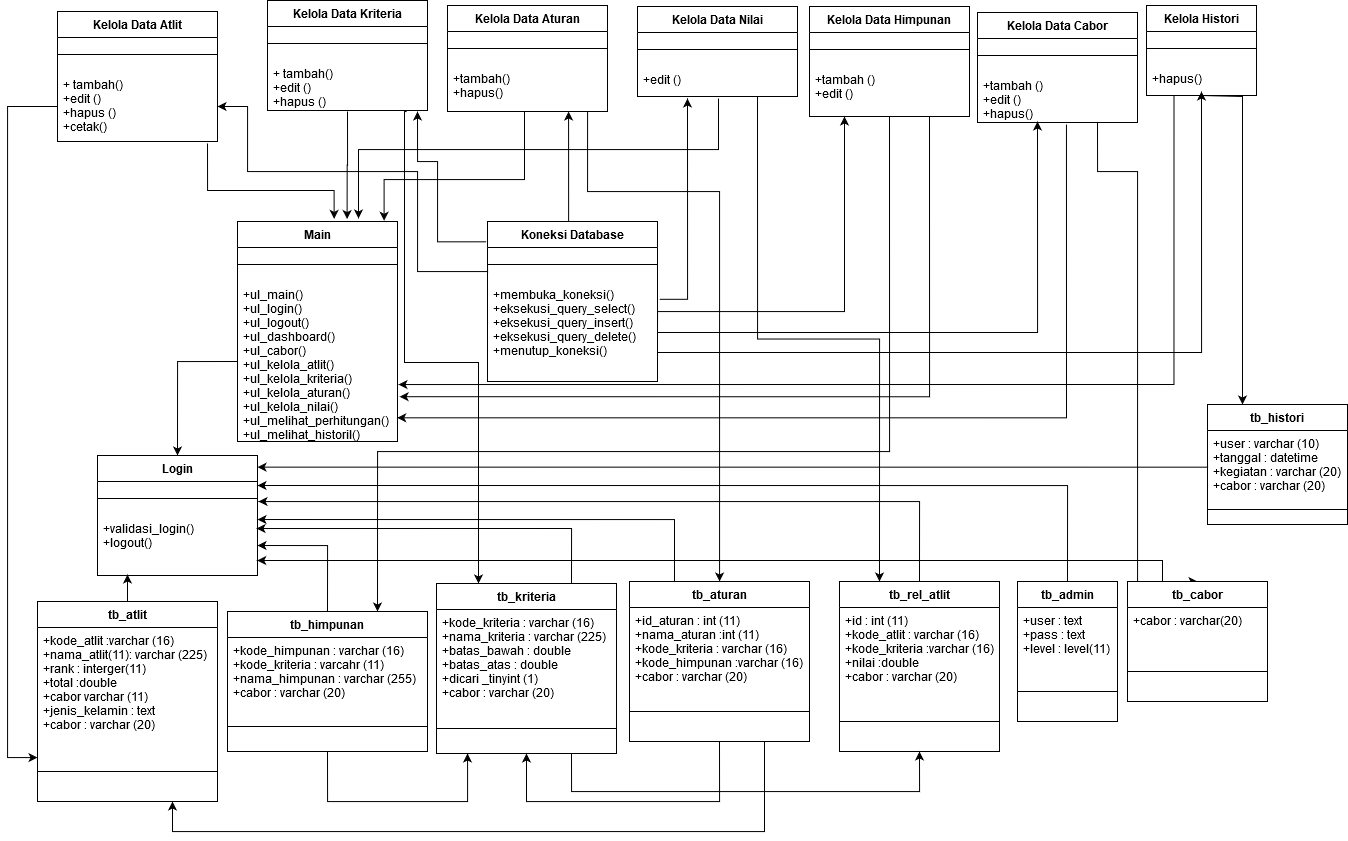
This is Untitled Diagram.png from NuriCandrawati/nuri-resolusi, a draw.io export, as it was before one commit. Source tidied: cells renumbered, new cells last; positions are measured from the earlier drawing's top-left corner, leaving out a move shared by most shapes.
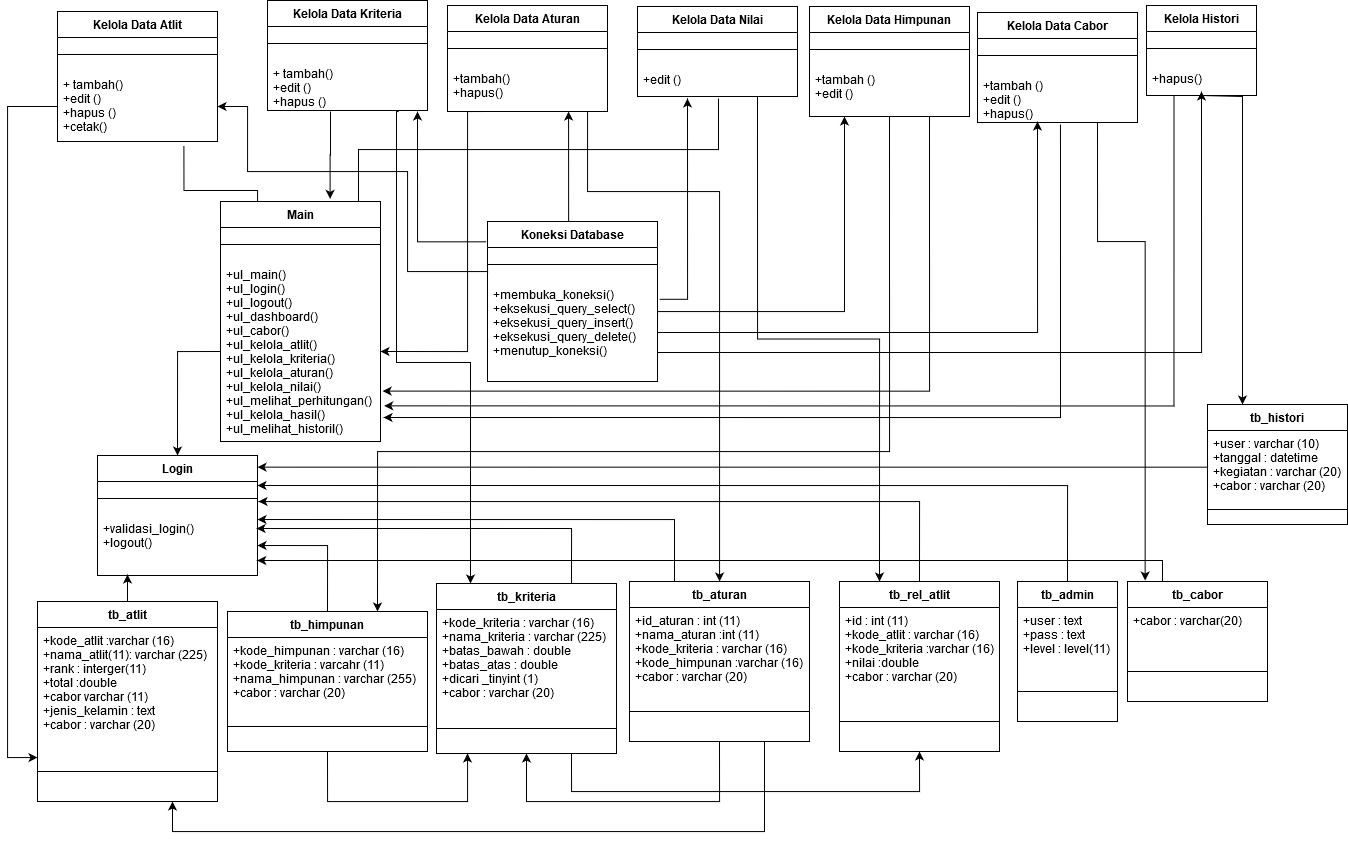
Later version of the same file.

The edit, as a diff of the source:
```diff
@@ -4,18 +4,18 @@
     <mxCell id="1" parent="0" />
     <mxCell id="2" style="edgeStyle=orthogonalEdgeStyle;rounded=0;jettySize=auto;html=1;entryX=0.685;entryY=-0.011;entryDx=0;entryDy=0;entryPerimeter=0;" parent="1" edge="1" target="11">
       <mxGeometry relative="1" as="geometry">
-        <mxPoint x="340" y="111" as="sourcePoint" />
+        <mxPoint x="323" y="111" as="sourcePoint" />
       </mxGeometry>
     </mxCell>
     <mxCell id="3" style="edgeStyle=orthogonalEdgeStyle;rounded=0;orthogonalLoop=1;jettySize=auto;html=1;entryX=0.25;entryY=0;entryDx=0;entryDy=0;exitX=0.885;exitY=0.993;exitDx=0;exitDy=0;exitPerimeter=0;" parent="1" edge="1">
       <mxGeometry relative="1" as="geometry">
-        <mxPoint x="398.6" y="109.6" as="sourcePoint" />
-        <mxPoint x="471" y="583" as="targetPoint" />
+        <mxPoint x="390.6" y="109.6" as="sourcePoint" />
+        <mxPoint x="463" y="583" as="targetPoint" />
         <Array as="points">
-          <mxPoint x="399" y="111" />
-          <mxPoint x="397" y="111" />
-          <mxPoint x="397" y="362" />
-          <mxPoint x="471" y="362" />
+          <mxPoint x="391" y="111" />
+          <mxPoint x="389" y="111" />
+          <mxPoint x="389" y="362" />
+          <mxPoint x="463" y="362" />
         </Array>
       </mxGeometry>
     </mxCell>
@@ -41,34 +41,16 @@
     <mxCell id="8" value="+edit ()&#10; " style="text;strokeColor=none;fillColor=none;align=left;verticalAlign=top;spacingLeft=4;spacingRight=4;overflow=hidden;" parent="6" vertex="1">
       <mxGeometry y="60" width="160" height="30" as="geometry" />
     </mxCell>
-    <mxCell id="9" style="edgeStyle=orthogonalEdgeStyle;rounded=0;orthogonalLoop=1;jettySize=auto;html=1;exitX=0.75;exitY=1;exitDx=0;exitDy=0;entryX=0.604;entryY=-0.022;entryDx=0;entryDy=0;entryPerimeter=0;" parent="1" edge="1">
+    <mxCell id="9" style="edgeStyle=orthogonalEdgeStyle;rounded=0;jettySize=auto;html=1;exitX=0.79;exitY=1.062;exitDx=0;exitDy=0;entryX=0.604;entryY=-0.022;entryDx=0;entryDy=0;entryPerimeter=0;exitPerimeter=0;" parent="1" edge="1" source="70">
       <mxGeometry relative="1" as="geometry">
-        <mxPoint x="200" y="143" as="sourcePoint" />
         <mxPoint x="326.6" y="218.4" as="targetPoint" />
         <Array as="points">
-          <mxPoint x="200" y="190" />
-          <mxPoint x="327" y="190" />
+          <mxPoint x="176" y="190" />
+          <mxPoint x="250" y="190" />
+          <mxPoint x="250" y="218" />
         </Array>
       </mxGeometry>
     </mxCell>
-    <mxCell id="10" style="edgeStyle=orthogonalEdgeStyle;rounded=0;jettySize=auto;html=1;entryX=0.935;entryY=0.006;entryDx=0;entryDy=0;entryPerimeter=0;" parent="1" edge="1" source="67">
-      <mxGeometry relative="1" as="geometry">
-        <mxPoint x="376.6" y="220.3" as="targetPoint" />
-        <Array as="points">
-          <mxPoint x="517" y="179" />
-          <mxPoint x="377" y="179" />
-        </Array>
-      </mxGeometry>
-    </mxCell>
-    <mxCell id="11" value="Main" style="swimlane;fontStyle=1;align=center;verticalAlign=top;horizontal=1;startSize=26;" parent="1" vertex="1">
-      <mxGeometry x="230" y="221" width="160" height="220" as="geometry" />
-    </mxCell>
-    <mxCell id="12" style="line;strokeWidth=1;fillColor=none;align=left;verticalAlign=middle;spacingTop=-1;spacingLeft=3;spacingRight=3;labelPosition=right;" parent="11" vertex="1">
-      <mxGeometry y="26" width="160" height="34" as="geometry" />
-    </mxCell>
-    <mxCell id="13" value="+ul_main()&#10;+ul_login()&#10;+ul_logout()&#10;+ul_dashboard()&#10;+ul_cabor()&#10;+ul_kelola_atlit()&#10;+ul_kelola_kriteria()&#10;+ul_kelola_aturan()&#10;+ul_kelola_nilai()&#10;+ul_melihat_perhitungan()&#10;+ul_melihat_historil()&#10;" style="text;strokeColor=none;fillColor=none;align=left;verticalAlign=top;spacingLeft=4;spacingRight=4;overflow=hidden;points=[[0,0.5],[1,0.5]];portConstraint=eastwest;" parent="11" vertex="1">
-      <mxGeometry y="60" width="160" height="160" as="geometry" />
-    </mxCell>
     <mxCell id="14" style="edgeStyle=orthogonalEdgeStyle;rounded=0;jettySize=auto;html=1;exitX=0;exitY=0.5;exitDx=0;exitDy=0;entryX=0.5;entryY=0;entryDx=0;entryDy=0;" parent="1" edge="1" source="13" target="53">
       <mxGeometry relative="1" as="geometry" />
     </mxCell>
@@ -97,9 +79,7 @@
       <mxGeometry relative="1" as="geometry">
         <mxPoint x="410" y="111" as="targetPoint" />
         <Array as="points">
-          <mxPoint x="430" y="241" />
-          <mxPoint x="430" y="161" />
-          <mxPoint x="410" y="161" />
+          <mxPoint x="410" y="241" />
         </Array>
       </mxGeometry>
     </mxCell>
@@ -107,8 +87,8 @@
       <mxGeometry relative="1" as="geometry">
         <Array as="points">
           <mxPoint x="480" y="271" />
-          <mxPoint x="410" y="271" />
-          <mxPoint x="410" y="171" />
+          <mxPoint x="400" y="271" />
+          <mxPoint x="400" y="171" />
           <mxPoint x="240" y="171" />
           <mxPoint x="240" y="106" />
         </Array>
@@ -153,19 +133,20 @@
         </Array>
       </mxGeometry>
     </mxCell>
-    <mxCell id="28" style="edgeStyle=orthogonalEdgeStyle;rounded=0;jettySize=auto;html=1;exitX=0.556;exitY=1.04;exitDx=0;exitDy=0;entryX=0.998;entryY=0.852;entryDx=0;entryDy=0;entryPerimeter=0;exitPerimeter=0;" parent="1" edge="1" source="32" target="13">
+    <mxCell id="28" style="edgeStyle=orthogonalEdgeStyle;rounded=0;orthogonalLoop=1;jettySize=auto;html=1;exitX=0.556;exitY=1.04;exitDx=0;exitDy=0;exitPerimeter=0;" parent="1" edge="1">
       <mxGeometry relative="1" as="geometry">
+        <mxPoint x="1053" y="124" as="sourcePoint" />
+        <mxPoint x="376" y="417" as="targetPoint" />
         <Array as="points">
-          <mxPoint x="1059" y="417" />
+          <mxPoint x="1053" y="417" />
         </Array>
       </mxGeometry>
     </mxCell>
-    <mxCell id="29" style="edgeStyle=orthogonalEdgeStyle;rounded=0;jettySize=auto;html=1;exitX=0.75;exitY=1;exitDx=0;exitDy=0;entryX=0.5;entryY=0;entryDx=0;entryDy=0;" parent="1" edge="1" source="30" target="78">
+    <mxCell id="29" style="edgeStyle=orthogonalEdgeStyle;rounded=0;jettySize=auto;html=1;exitX=0.75;exitY=1;exitDx=0;exitDy=0;entryX=0.126;entryY=-0.008;entryDx=0;entryDy=0;entryPerimeter=0;" parent="1" edge="1" source="30" target="78">
       <mxGeometry relative="1" as="geometry">
         <Array as="points">
-          <mxPoint x="1090" y="171" />
-          <mxPoint x="1130" y="171" />
-          <mxPoint x="1130" y="581" />
+          <mxPoint x="1090" y="241" />
+          <mxPoint x="1138" y="241" />
         </Array>
       </mxGeometry>
     </mxCell>
@@ -212,7 +193,7 @@
         </Array>
       </mxGeometry>
     </mxCell>
-    <mxCell id="41" style="edgeStyle=orthogonalEdgeStyle;rounded=0;jettySize=auto;html=1;exitX=0.25;exitY=1;exitDx=0;exitDy=0;entryX=1.006;entryY=0.644;entryDx=0;entryDy=0;entryPerimeter=0;" parent="1" edge="1" source="42" target="13">
+    <mxCell id="41" style="edgeStyle=orthogonalEdgeStyle;rounded=0;jettySize=auto;html=1;exitX=0.25;exitY=1;exitDx=0;exitDy=0;entryX=1.023;entryY=0.802;entryDx=0;entryDy=0;entryPerimeter=0;" parent="1" edge="1" source="42" target="13">
       <mxGeometry relative="1" as="geometry" />
     </mxCell>
     <mxCell id="42" value="Kelola Histori" style="swimlane;fontStyle=1;align=center;verticalAlign=top;horizontal=1;startSize=26;" parent="1" vertex="1">
@@ -299,6 +280,14 @@
     <mxCell id="64" style="line;strokeWidth=1;fillColor=none;align=left;verticalAlign=middle;spacingTop=-1;spacingLeft=3;spacingRight=3;labelPosition=right;points=[];portConstraint=eastwest;" parent="62" vertex="1">
       <mxGeometry y="140" width="180" height="60" as="geometry" />
     </mxCell>
+    <mxCell id="90" style="edgeStyle=orthogonalEdgeStyle;rounded=0;jettySize=auto;html=1;exitX=0.25;exitY=1;exitDx=0;exitDy=0;entryX=1;entryY=0.5;entryDx=0;entryDy=0;" parent="1" edge="1" source="65" target="13">
+      <mxGeometry relative="1" as="geometry">
+        <Array as="points">
+          <mxPoint x="460" y="111" />
+          <mxPoint x="460" y="351" />
+        </Array>
+      </mxGeometry>
+    </mxCell>
     <mxCell id="65" value="Kelola Data Aturan" style="swimlane;fontStyle=1;align=center;verticalAlign=top;horizontal=1;startSize=26;" parent="1" vertex="1">
       <mxGeometry x="440" y="5" width="160" height="106" as="geometry" />
     </mxCell>
@@ -397,5 +386,14 @@
         </Array>
       </mxGeometry>
     </mxCell>
+    <mxCell id="11" value="Main" style="swimlane;fontStyle=1;align=center;verticalAlign=top;horizontal=1;startSize=26;" parent="1" vertex="1">
+      <mxGeometry x="213" y="201" width="160" height="240" as="geometry" />
+    </mxCell>
+    <mxCell id="12" style="line;strokeWidth=1;fillColor=none;align=left;verticalAlign=middle;spacingTop=-1;spacingLeft=3;spacingRight=3;labelPosition=right;" parent="11" vertex="1">
+      <mxGeometry y="26" width="160" height="34" as="geometry" />
+    </mxCell>
+    <mxCell id="13" value="+ul_main()&#10;+ul_login()&#10;+ul_logout()&#10;+ul_dashboard()&#10;+ul_cabor()&#10;+ul_kelola_atlit()&#10;+ul_kelola_kriteria()&#10;+ul_kelola_aturan()&#10;+ul_kelola_nilai()&#10;+ul_melihat_perhitungan()&#10;+ul_kelola_hasil()&#10;+ul_melihat_historil()&#10;" style="text;strokeColor=none;fillColor=none;align=left;verticalAlign=top;spacingLeft=4;spacingRight=4;overflow=hidden;points=[[0,0.5],[1,0.5]];portConstraint=eastwest;" parent="11" vertex="1">
+      <mxGeometry y="60" width="160" height="180" as="geometry" />
+    </mxCell>
   </root>
 </mxGraphModel>
```
